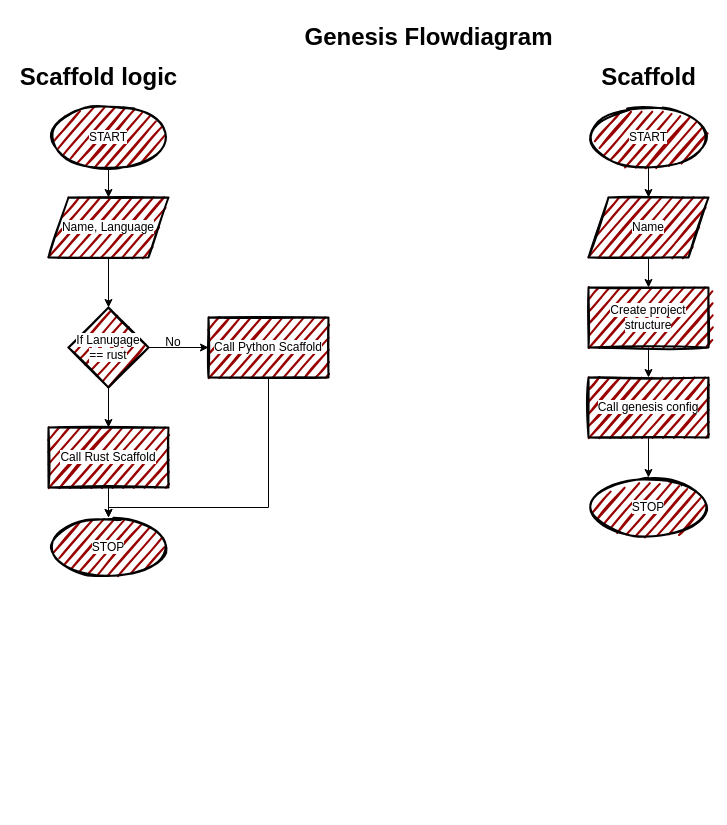
Before: design/design.drawio in Luna-Davis/Genesis, a draw.io diagram. Source tidied: cells renumbered, new cells numbered last; positions are measured from the earlier drawing's top-left corner, leaving out a move shared by most shapes. Both pictures are drawn from the tidied source at 100%, with x=0, y=0 at pixel (48, 17).
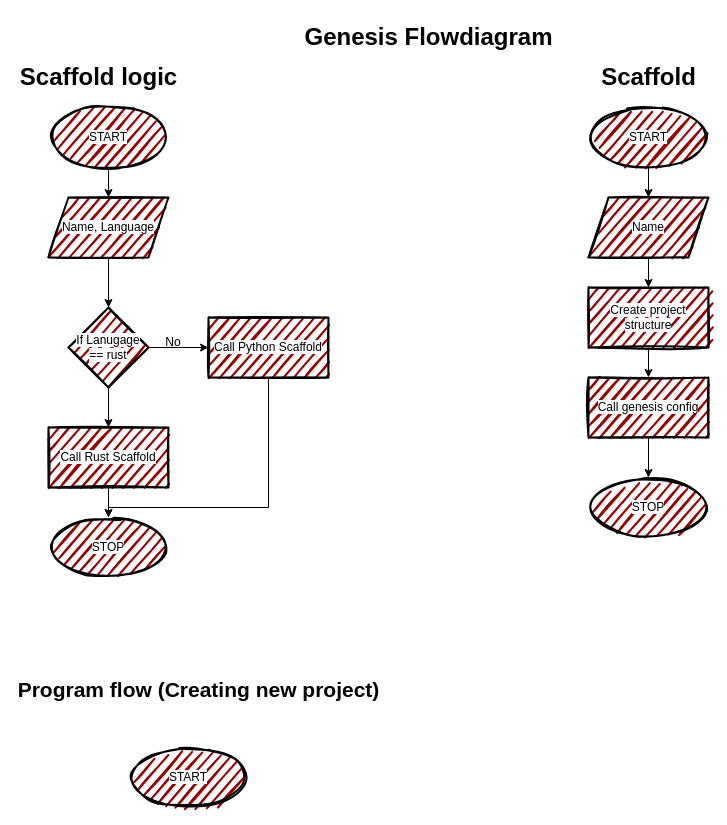
After the change.

Change to the diagram source:
```diff
@@
+    <mxCell id="27" value="&lt;font style=&quot;color: light-dark(rgb(0, 0, 0), rgb(255, 255, 255)); background-color: light-dark(#ffffff, var(--ge-dark-color, #121212));&quot;&gt;START&lt;/font&gt;" style="ellipse;whiteSpace=wrap;html=1;strokeWidth=2;fillWeight=2;hachureGap=8;fillColor=#990000;fillStyle=dots;sketch=1;" parent="1" vertex="1">
+      <mxGeometry x="80" y="730" width="120" height="60" as="geometry" />
+    </mxCell>
+    <mxCell id="28" value="&lt;h3&gt;&lt;font style=&quot;font-size: 21px;&quot;&gt;Program flow (Creating new project)&lt;/font&gt;&lt;/h3&gt;" style="text;strokeColor=none;fillColor=none;html=1;fontSize=24;fontStyle=1;verticalAlign=middle;align=center;" parent="1" vertex="1">
+      <mxGeometry x="-20" y="650" width="340" height="40" as="geometry" />
+    </mxCell>
```
